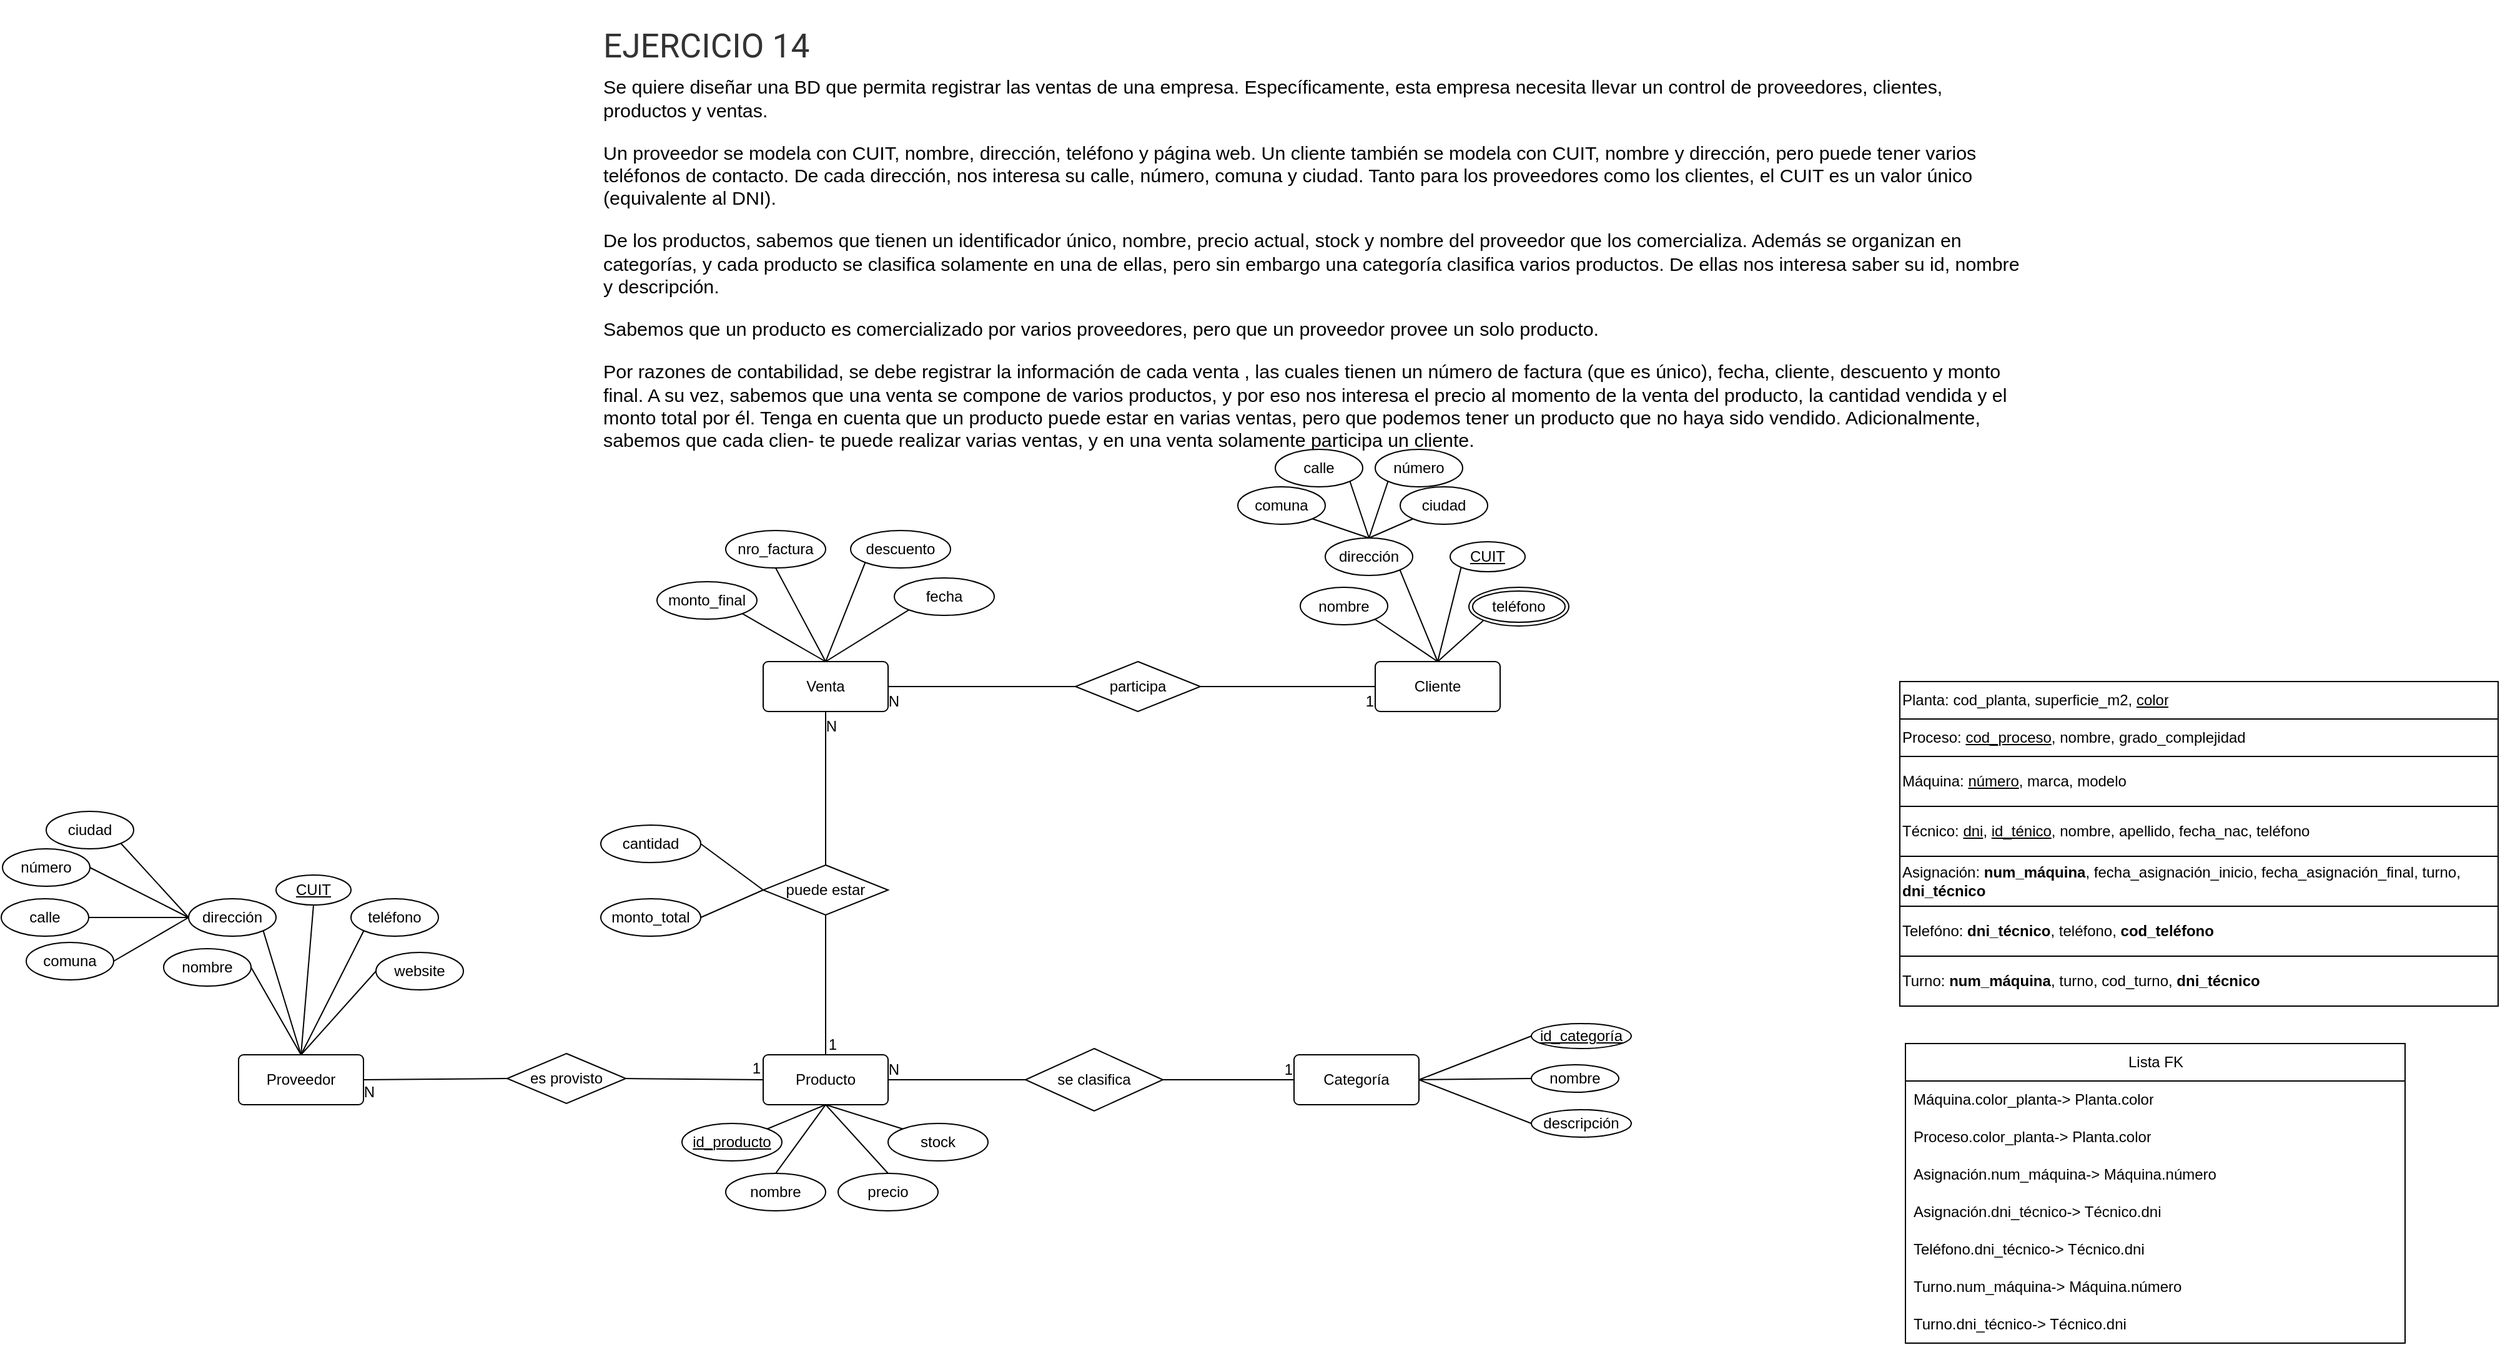
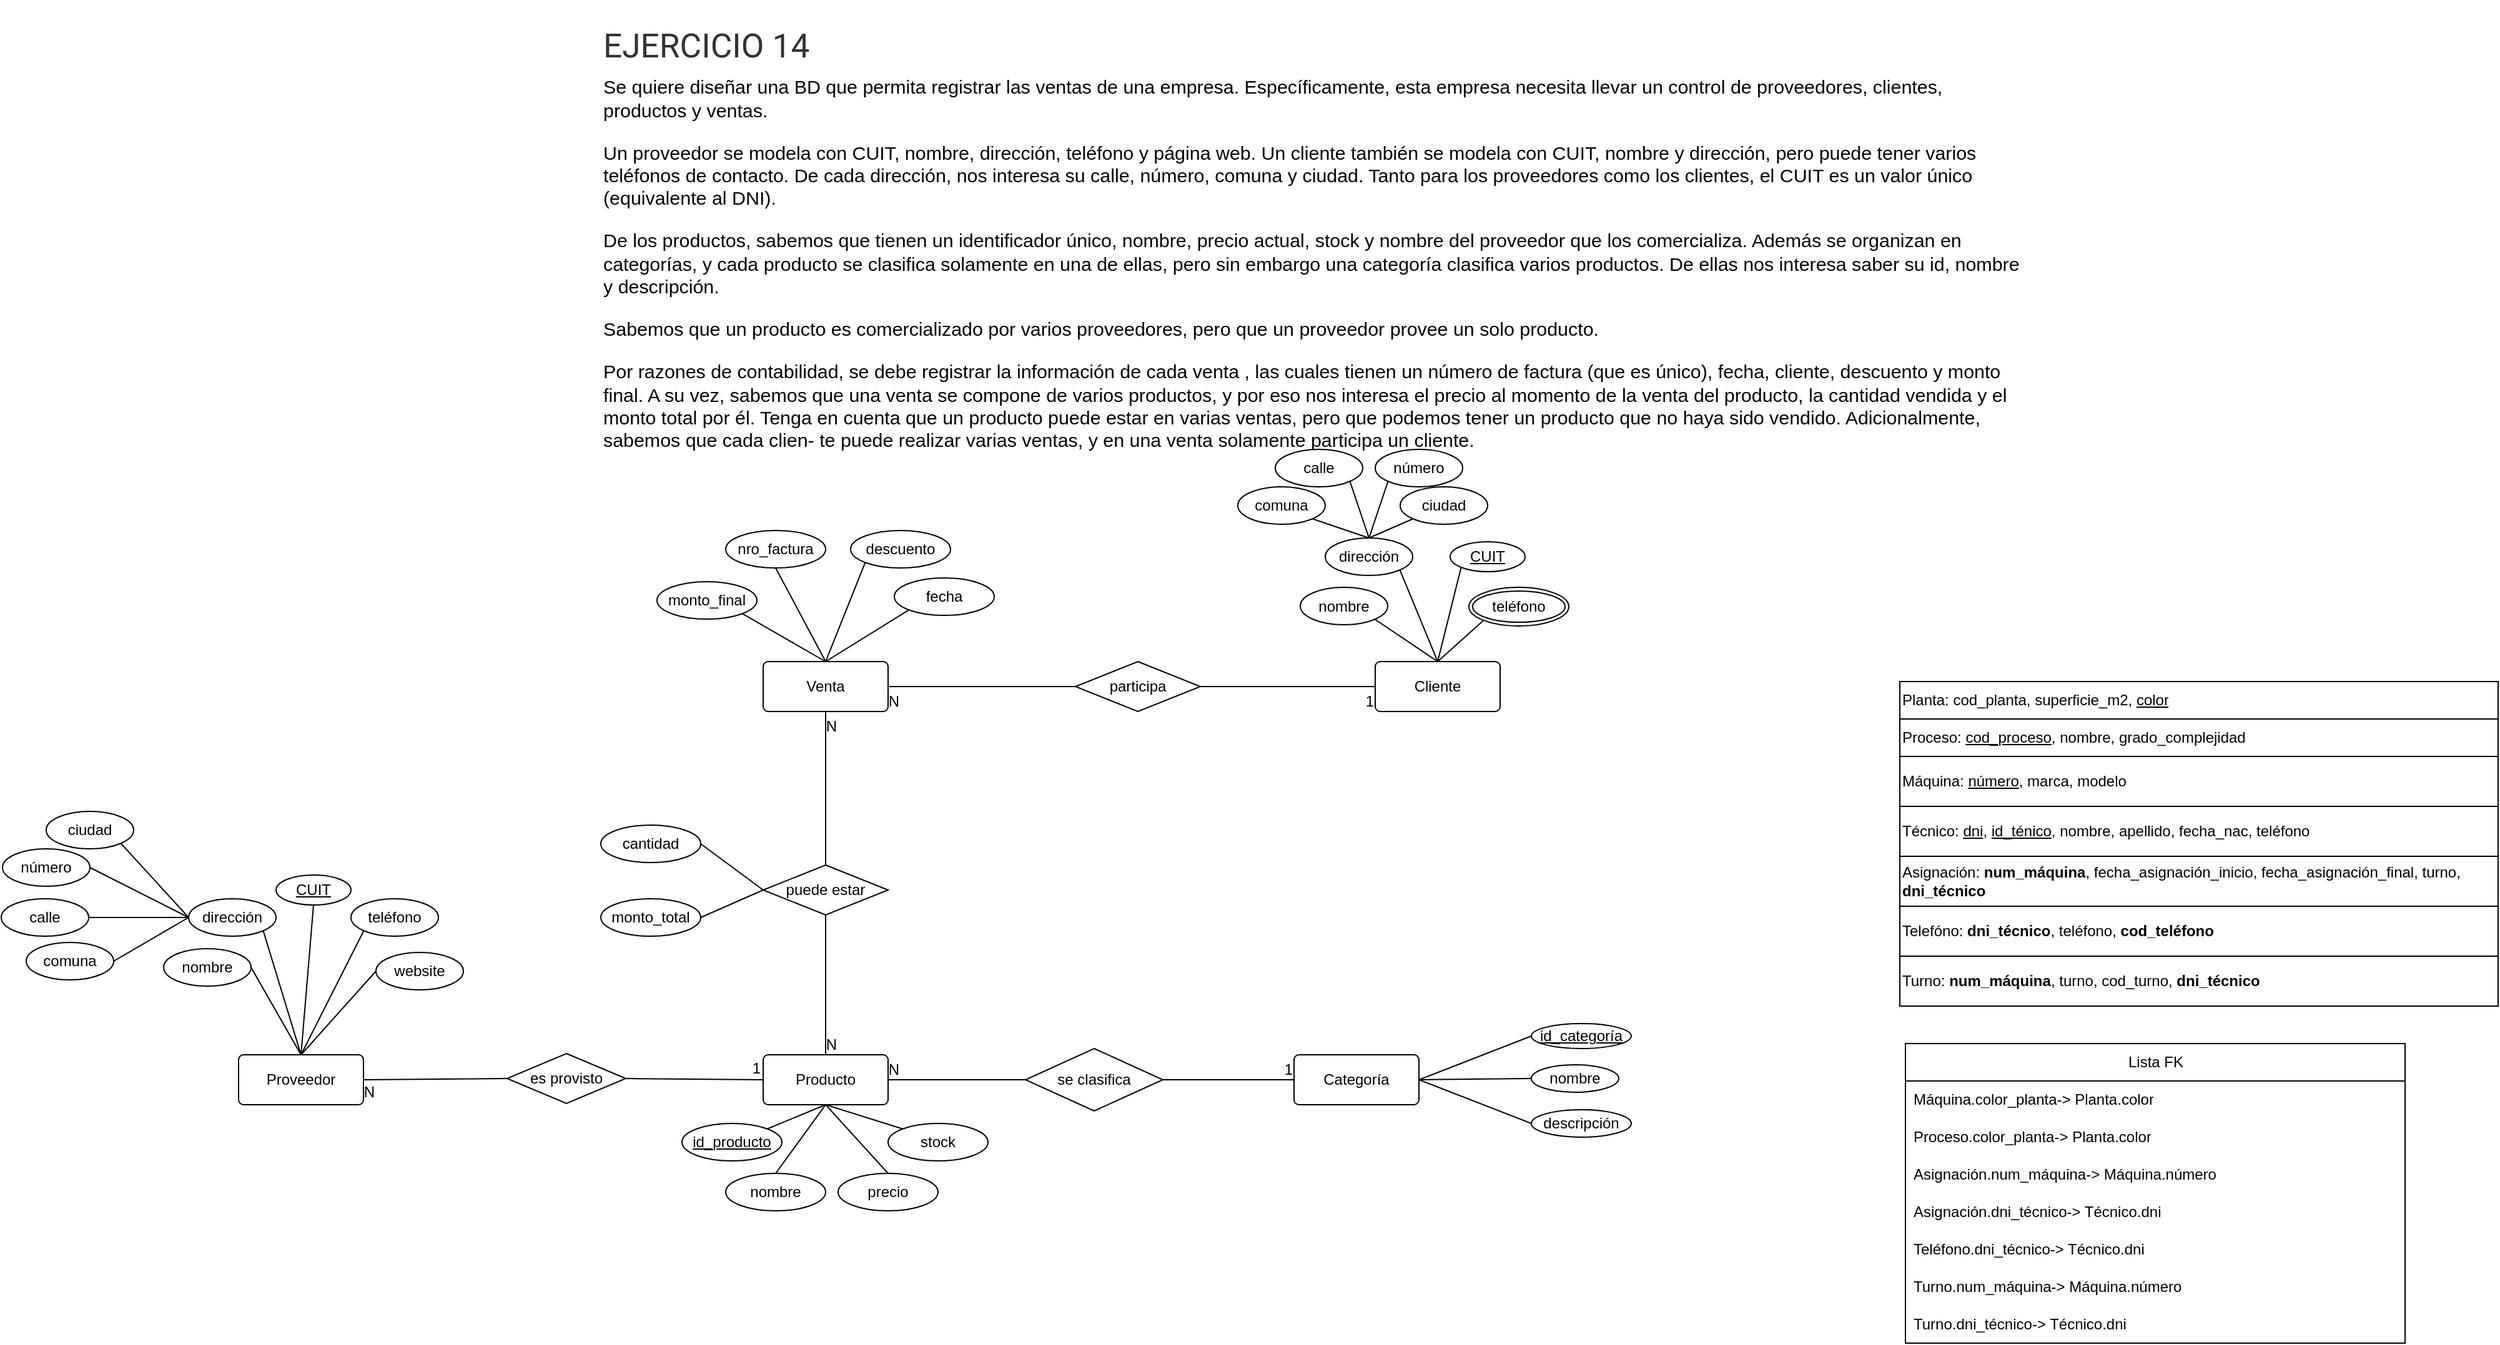
<mxfile host="app.diagrams.net">
  <diagram name="Página-1" id="dDNBranZba3NlD8anCg2">
-     <mxGraphModel dx="2601" dy="1729" grid="1" gridSize="10" guides="1" tooltips="1" connect="1" arrows="1" fold="1" page="1" pageScale="1" pageWidth="1169" pageHeight="827" math="0" shadow="0">
+     <mxGraphModel dx="2621" dy="1729" grid="1" gridSize="10" guides="1" tooltips="1" connect="1" arrows="1" fold="1" page="1" pageScale="1" pageWidth="1169" pageHeight="827" math="0" shadow="0">
      <root>
        <mxCell id="0" />
        <mxCell id="1" parent="0" />
        <mxCell id="__fQeJzKLpHXALts6HS9-1" parent="1" style="text;html=1;whiteSpace=wrap;overflow=hidden;rounded=0;" value="&#xa;&lt;h3 style=&quot;box-sizing: border-box; margin: 0px 0px 0.5rem; padding: 0px; font-weight: 400; line-height: 1.2; color: rgb(51, 51, 51); font-size: 1.6625rem; font-family: Roboto; font-style: normal; font-variant-ligatures: normal; font-variant-caps: normal; letter-spacing: normal; orphans: 2; text-align: start; text-indent: 0px; text-transform: none; widows: 2; word-spacing: 0px; -webkit-text-stroke-width: 0px; white-space: normal; background-color: rgb(255, 255, 255); text-decoration-thickness: initial; text-decoration-style: initial; text-decoration-color: initial;&quot;&gt;EJERCICIO 14&lt;/h3&gt;&lt;p style=&quot;box-sizing: border-box; margin: 0px 0px 1rem; padding: 0px; color: rgb(0, 0, 0); font-family: Barlow, Arial, sans-serif; font-size: 15.2px; font-style: normal; font-variant-ligatures: normal; font-variant-caps: normal; font-weight: 400; letter-spacing: normal; orphans: 2; text-align: start; text-indent: 0px; text-transform: none; widows: 2; word-spacing: 0px; -webkit-text-stroke-width: 0px; white-space: normal; background-color: rgb(255, 255, 255); text-decoration-thickness: initial; text-decoration-style: initial; text-decoration-color: initial;&quot;&gt;&lt;span lang=&quot;ES&quot; style=&quot;box-sizing: border-box; margin: 0px; padding: 0px;&quot;&gt;Se quiere diseñar una BD que permita registrar las ventas de una empresa. Específicamente, esta empresa necesita llevar un control de proveedores, clientes, productos y ventas.&lt;/span&gt;&lt;/p&gt;&lt;p style=&quot;box-sizing: border-box; margin: 0px 0px 1rem; padding: 0px; color: rgb(0, 0, 0); font-family: Barlow, Arial, sans-serif; font-size: 15.2px; font-style: normal; font-variant-ligatures: normal; font-variant-caps: normal; font-weight: 400; letter-spacing: normal; orphans: 2; text-align: start; text-indent: 0px; text-transform: none; widows: 2; word-spacing: 0px; -webkit-text-stroke-width: 0px; white-space: normal; background-color: rgb(255, 255, 255); text-decoration-thickness: initial; text-decoration-style: initial; text-decoration-color: initial;&quot;&gt;&lt;span lang=&quot;ES&quot; style=&quot;box-sizing: border-box; margin: 0px; padding: 0px;&quot;&gt;Un proveedor se modela con CUIT, nombre, dirección, teléfono y página web. Un cliente también se modela con CUIT, nombre y dirección, pero puede tener varios teléfonos de contacto. De cada dirección, nos interesa su calle, número, comuna y ciudad. Tanto para los proveedores como los clientes, el CUIT es un valor único (equivalente al DNI).&lt;/span&gt;&lt;/p&gt;&lt;p style=&quot;box-sizing: border-box; margin: 0px 0px 1rem; padding: 0px; color: rgb(0, 0, 0); font-family: Barlow, Arial, sans-serif; font-size: 15.2px; font-style: normal; font-variant-ligatures: normal; font-variant-caps: normal; font-weight: 400; letter-spacing: normal; orphans: 2; text-align: start; text-indent: 0px; text-transform: none; widows: 2; word-spacing: 0px; -webkit-text-stroke-width: 0px; white-space: normal; background-color: rgb(255, 255, 255); text-decoration-thickness: initial; text-decoration-style: initial; text-decoration-color: initial;&quot;&gt;&lt;span lang=&quot;ES&quot; style=&quot;box-sizing: border-box; margin: 0px; padding: 0px;&quot;&gt;De los productos, sabemos que tienen un identificador único, nombre, precio actual, stock y nombre del proveedor que los comercializa. Además se organizan en categorías, y cada producto se clasifica solamente en una de ellas, pero sin embargo una categoría clasifica varios productos. De ellas nos interesa saber su id, nombre y descripción.&lt;/span&gt;&lt;/p&gt;&lt;p style=&quot;box-sizing: border-box; margin: 0px 0px 1rem; padding: 0px; color: rgb(0, 0, 0); font-family: Barlow, Arial, sans-serif; font-size: 15.2px; font-style: normal; font-variant-ligatures: normal; font-variant-caps: normal; font-weight: 400; letter-spacing: normal; orphans: 2; text-align: start; text-indent: 0px; text-transform: none; widows: 2; word-spacing: 0px; -webkit-text-stroke-width: 0px; white-space: normal; background-color: rgb(255, 255, 255); text-decoration-thickness: initial; text-decoration-style: initial; text-decoration-color: initial;&quot;&gt;&lt;span lang=&quot;ES&quot; style=&quot;box-sizing: border-box; margin: 0px; padding: 0px;&quot;&gt;Sabemos que un producto es comercializado por varios proveedores, pero que un proveedor provee un solo producto.&lt;/span&gt;&lt;/p&gt;&lt;p style=&quot;box-sizing: border-box; margin: 0px 0px 1rem; padding: 0px; color: rgb(0, 0, 0); font-family: Barlow, Arial, sans-serif; font-size: 15.2px; font-style: normal; font-variant-ligatures: normal; font-variant-caps: normal; font-weight: 400; letter-spacing: normal; orphans: 2; text-align: start; text-indent: 0px; text-transform: none; widows: 2; word-spacing: 0px; -webkit-text-stroke-width: 0px; white-space: normal; background-color: rgb(255, 255, 255); text-decoration-thickness: initial; text-decoration-style: initial; text-decoration-color: initial;&quot;&gt;&lt;span lang=&quot;ES&quot; style=&quot;box-sizing: border-box; margin: 0px; padding: 0px;&quot;&gt;Por razones de contabilidad, se debe registrar la información de cada venta , las cuales tienen un número de factura (que es único), fecha, cliente, descuento y monto final. A su vez, sabemos que una venta se compone de varios productos, y por eso nos interesa el precio al momento de la venta del producto, la cantidad vendida y el monto total por él. Tenga en cuenta que un producto puede estar en varias ventas, pero que podemos tener un producto que no haya sido vendido. Adicionalmente, sabemos que cada clien- te puede realizar varias ventas, y en una venta solamente participa un cliente.&lt;/span&gt;&lt;/p&gt;&#xa;&#xa;" vertex="1">
          <mxGeometry height="380" width="1140" x="-550" y="-560" as="geometry" />
        </mxCell>
        <mxCell id="__fQeJzKLpHXALts6HS9-2" parent="1" style="rounded=1;arcSize=10;whiteSpace=wrap;html=1;align=center;" value="Proveedor" vertex="1">
          <mxGeometry height="40" width="100" x="-840" y="285" as="geometry" />
        </mxCell>
        <mxCell id="__fQeJzKLpHXALts6HS9-4" parent="1" style="ellipse;whiteSpace=wrap;html=1;align=center;" value="nombre" vertex="1">
          <mxGeometry height="30" width="70" x="-900" y="200" as="geometry" />
        </mxCell>
        <mxCell id="__fQeJzKLpHXALts6HS9-7" parent="1" style="rounded=1;arcSize=10;whiteSpace=wrap;html=1;align=center;" value="Cliente" vertex="1">
          <mxGeometry height="40" width="100" x="70" y="-30" as="geometry" />
        </mxCell>
        <mxCell id="__fQeJzKLpHXALts6HS9-11" parent="1" style="rounded=1;arcSize=10;whiteSpace=wrap;html=1;align=center;" value="Producto" vertex="1">
          <mxGeometry height="40" width="100" x="-420" y="285" as="geometry" />
        </mxCell>
        <mxCell id="__fQeJzKLpHXALts6HS9-12" parent="1" style="ellipse;whiteSpace=wrap;html=1;align=center;" value="nombre" vertex="1">
          <mxGeometry height="30" width="80" x="-450" y="380" as="geometry" />
        </mxCell>
        <mxCell id="__fQeJzKLpHXALts6HS9-13" parent="1" style="ellipse;whiteSpace=wrap;html=1;align=center;" value="precio" vertex="1">
          <mxGeometry height="30" width="80" x="-360" y="380" as="geometry" />
        </mxCell>
        <mxCell id="__fQeJzKLpHXALts6HS9-15" parent="1" style="ellipse;whiteSpace=wrap;html=1;align=center;fontStyle=4;" value="id_producto" vertex="1">
          <mxGeometry height="30" width="80" x="-485" y="340" as="geometry" />
        </mxCell>
        <mxCell id="__fQeJzKLpHXALts6HS9-16" parent="1" style="rounded=1;arcSize=10;whiteSpace=wrap;html=1;align=center;" value="Categoría" vertex="1">
          <mxGeometry height="40" width="100" x="5" y="285" as="geometry" />
        </mxCell>
        <mxCell id="__fQeJzKLpHXALts6HS9-17" parent="1" style="shape=rhombus;perimeter=rhombusPerimeter;whiteSpace=wrap;html=1;align=center;" value="se clasifica" vertex="1">
          <mxGeometry height="50" width="110" x="-210" y="280" as="geometry" />
        </mxCell>
        <mxCell id="__fQeJzKLpHXALts6HS9-23" parent="1" style="ellipse;whiteSpace=wrap;html=1;align=center;" value="nombre" vertex="1">
          <mxGeometry height="22" width="70" x="195" y="293" as="geometry" />
        </mxCell>
        <mxCell id="__fQeJzKLpHXALts6HS9-27" parent="1" style="ellipse;whiteSpace=wrap;html=1;align=center;fontStyle=4;" value="id_categoría" vertex="1">
          <mxGeometry height="20" width="80" x="195" y="260" as="geometry" />
        </mxCell>
        <mxCell id="__fQeJzKLpHXALts6HS9-28" parent="1" style="shape=rhombus;perimeter=rhombusPerimeter;whiteSpace=wrap;html=1;align=center;" value="puede estar" vertex="1">
          <mxGeometry height="40" width="100" x="-420" y="133" as="geometry" />
        </mxCell>
        <mxCell id="__fQeJzKLpHXALts6HS9-29" parent="1" style="shape=rhombus;perimeter=rhombusPerimeter;whiteSpace=wrap;html=1;align=center;" value="es provisto" vertex="1">
          <mxGeometry height="40" width="95" x="-625" y="284" as="geometry" />
        </mxCell>
        <mxCell id="__fQeJzKLpHXALts6HS9-30" edge="1" parent="1" source="__fQeJzKLpHXALts6HS9-17" style="endArrow=none;html=1;rounded=0;exitX=1;exitY=0.5;exitDx=0;exitDy=0;entryX=0;entryY=0.5;entryDx=0;entryDy=0;" target="__fQeJzKLpHXALts6HS9-16" value="">
          <mxGeometry relative="1" as="geometry">
            <mxPoint x="20" y="40" as="sourcePoint" />
            <mxPoint x="180" y="40" as="targetPoint" />
          </mxGeometry>
        </mxCell>
        <mxCell id="__fQeJzKLpHXALts6HS9-31" connectable="0" parent="__fQeJzKLpHXALts6HS9-30" style="resizable=0;html=1;whiteSpace=wrap;align=right;verticalAlign=bottom;" value="1" vertex="1">
          <mxGeometry relative="1" x="1" as="geometry" />
        </mxCell>
        <mxCell id="__fQeJzKLpHXALts6HS9-34" edge="1" parent="1" source="__fQeJzKLpHXALts6HS9-17" style="endArrow=none;html=1;rounded=0;entryX=1;entryY=0.5;entryDx=0;entryDy=0;exitX=0;exitY=0.5;exitDx=0;exitDy=0;" target="__fQeJzKLpHXALts6HS9-11" value="">
          <mxGeometry relative="1" as="geometry">
            <mxPoint x="20" y="370" as="sourcePoint" />
            <mxPoint x="180" y="370" as="targetPoint" />
          </mxGeometry>
        </mxCell>
        <mxCell id="__fQeJzKLpHXALts6HS9-35" connectable="0" parent="__fQeJzKLpHXALts6HS9-34" style="resizable=0;html=1;whiteSpace=wrap;align=right;verticalAlign=bottom;" value="N" vertex="1">
          <mxGeometry relative="1" x="1" as="geometry">
            <mxPoint x="10" as="offset" />
          </mxGeometry>
        </mxCell>
        <mxCell id="__fQeJzKLpHXALts6HS9-36" edge="1" parent="1" source="__fQeJzKLpHXALts6HS9-11" style="endArrow=none;html=1;rounded=0;exitX=0.5;exitY=1;exitDx=0;exitDy=0;entryX=0.5;entryY=0;entryDx=0;entryDy=0;" target="__fQeJzKLpHXALts6HS9-13" value="">
          <mxGeometry relative="1" as="geometry">
            <mxPoint x="-250" y="530" as="sourcePoint" />
            <mxPoint x="-190" y="570" as="targetPoint" />
          </mxGeometry>
        </mxCell>
        <mxCell id="__fQeJzKLpHXALts6HS9-37" edge="1" parent="1" source="__fQeJzKLpHXALts6HS9-11" style="endArrow=none;html=1;rounded=0;exitX=0.5;exitY=1;exitDx=0;exitDy=0;entryX=1;entryY=0;entryDx=0;entryDy=0;" target="__fQeJzKLpHXALts6HS9-15" value="">
          <mxGeometry relative="1" as="geometry">
            <mxPoint x="-380" y="370" as="sourcePoint" />
            <mxPoint x="-320" y="410" as="targetPoint" />
          </mxGeometry>
        </mxCell>
        <mxCell id="__fQeJzKLpHXALts6HS9-38" edge="1" parent="1" source="__fQeJzKLpHXALts6HS9-11" style="endArrow=none;html=1;rounded=0;exitX=0.5;exitY=1;exitDx=0;exitDy=0;entryX=0.5;entryY=0;entryDx=0;entryDy=0;" target="__fQeJzKLpHXALts6HS9-12" value="">
          <mxGeometry relative="1" as="geometry">
            <mxPoint x="-350" y="380" as="sourcePoint" />
            <mxPoint x="-290" y="420" as="targetPoint" />
          </mxGeometry>
        </mxCell>
        <mxCell id="__fQeJzKLpHXALts6HS9-39" edge="1" parent="1" source="__fQeJzKLpHXALts6HS9-28" style="endArrow=none;html=1;rounded=0;exitX=0.5;exitY=1;exitDx=0;exitDy=0;entryX=0.5;entryY=0;entryDx=0;entryDy=0;" target="__fQeJzKLpHXALts6HS9-11" value="">
          <mxGeometry relative="1" as="geometry">
            <mxPoint x="-210" y="90" as="sourcePoint" />
            <mxPoint x="-590" y="240" as="targetPoint" />
          </mxGeometry>
        </mxCell>
-         <mxCell id="__fQeJzKLpHXALts6HS9-40" connectable="0" parent="__fQeJzKLpHXALts6HS9-39" style="resizable=0;html=1;whiteSpace=wrap;align=right;verticalAlign=bottom;" value="1" vertex="1">
+         <mxCell id="__fQeJzKLpHXALts6HS9-40" connectable="0" parent="__fQeJzKLpHXALts6HS9-39" style="resizable=0;html=1;whiteSpace=wrap;align=right;verticalAlign=bottom;" value="N" vertex="1">
          <mxGeometry relative="1" x="1" as="geometry">
            <mxPoint x="10" as="offset" />
          </mxGeometry>
        </mxCell>
        <mxCell id="__fQeJzKLpHXALts6HS9-41" edge="1" parent="1" source="__fQeJzKLpHXALts6HS9-28" style="endArrow=none;html=1;rounded=0;exitX=0.5;exitY=0;exitDx=0;exitDy=0;entryX=0.5;entryY=1;entryDx=0;entryDy=0;" target="aBGAuLwUvEidJyp7IOy3-49" value="">
          <mxGeometry relative="1" as="geometry">
            <mxPoint x="-370" y="119.99999999999977" as="sourcePoint" />
            <mxPoint x="-370" y="35.00000000000023" as="targetPoint" />
          </mxGeometry>
        </mxCell>
        <mxCell id="__fQeJzKLpHXALts6HS9-42" connectable="0" parent="__fQeJzKLpHXALts6HS9-41" style="resizable=0;html=1;whiteSpace=wrap;align=right;verticalAlign=bottom;" value="N" vertex="1">
          <mxGeometry relative="1" x="1" as="geometry">
            <mxPoint x="10" y="20" as="offset" />
          </mxGeometry>
        </mxCell>
        <mxCell id="__fQeJzKLpHXALts6HS9-46" edge="1" parent="1" source="__fQeJzKLpHXALts6HS9-4" style="endArrow=none;html=1;rounded=0;exitX=1;exitY=0.5;exitDx=0;exitDy=0;entryX=0.5;entryY=0;entryDx=0;entryDy=0;" target="__fQeJzKLpHXALts6HS9-2" value="">
          <mxGeometry relative="1" as="geometry">
            <mxPoint x="-480" y="90" as="sourcePoint" />
            <mxPoint x="-420" y="130" as="targetPoint" />
          </mxGeometry>
        </mxCell>
        <mxCell id="__fQeJzKLpHXALts6HS9-47" edge="1" parent="1" source="aBGAuLwUvEidJyp7IOy3-1" style="endArrow=none;html=1;rounded=0;exitX=1;exitY=1;exitDx=0;exitDy=0;entryX=0.5;entryY=0;entryDx=0;entryDy=0;" target="__fQeJzKLpHXALts6HS9-2" value="">
          <mxGeometry relative="1" as="geometry">
            <mxPoint x="-370.0000000000002" y="10.000000000000227" as="sourcePoint" />
            <mxPoint x="-310" y="100" as="targetPoint" />
          </mxGeometry>
        </mxCell>
        <mxCell id="__fQeJzKLpHXALts6HS9-48" edge="1" parent="1" source="ueE01yVk29oMdbMIV5Yc-25" style="endArrow=none;html=1;rounded=0;entryX=0.5;entryY=0;entryDx=0;entryDy=0;exitX=0.5;exitY=1;exitDx=0;exitDy=0;" target="__fQeJzKLpHXALts6HS9-2" value="">
          <mxGeometry relative="1" as="geometry">
            <mxPoint x="-330" y="16" as="sourcePoint" />
            <mxPoint x="-300" y="120" as="targetPoint" />
          </mxGeometry>
        </mxCell>
        <mxCell id="__fQeJzKLpHXALts6HS9-55" edge="1" parent="1" source="__fQeJzKLpHXALts6HS9-16" style="endArrow=none;html=1;rounded=0;exitX=1;exitY=0.5;exitDx=0;exitDy=0;entryX=0;entryY=0.5;entryDx=0;entryDy=0;" target="__fQeJzKLpHXALts6HS9-23" value="">
          <mxGeometry relative="1" as="geometry">
            <mxPoint x="270" y="330" as="sourcePoint" />
            <mxPoint x="330" y="370" as="targetPoint" />
          </mxGeometry>
        </mxCell>
        <mxCell id="__fQeJzKLpHXALts6HS9-56" edge="1" parent="1" source="__fQeJzKLpHXALts6HS9-16" style="endArrow=none;html=1;rounded=0;exitX=1;exitY=0.5;exitDx=0;exitDy=0;entryX=0;entryY=0.5;entryDx=0;entryDy=0;" target="__fQeJzKLpHXALts6HS9-27" value="">
          <mxGeometry relative="1" as="geometry">
            <mxPoint x="280" y="340" as="sourcePoint" />
            <mxPoint x="340" y="380" as="targetPoint" />
          </mxGeometry>
        </mxCell>
        <mxCell id="__fQeJzKLpHXALts6HS9-57" edge="1" parent="1" source="__fQeJzKLpHXALts6HS9-16" style="endArrow=none;html=1;rounded=0;exitX=1;exitY=0.5;exitDx=0;exitDy=0;entryX=0;entryY=0.5;entryDx=0;entryDy=0;" target="aBGAuLwUvEidJyp7IOy3-38" value="">
          <mxGeometry relative="1" as="geometry">
            <mxPoint x="260" y="360" as="sourcePoint" />
            <mxPoint x="290" y="340" as="targetPoint" />
          </mxGeometry>
        </mxCell>
        <mxCell id="__fQeJzKLpHXALts6HS9-58" edge="1" parent="1" source="__fQeJzKLpHXALts6HS9-29" style="endArrow=none;html=1;rounded=0;exitX=1;exitY=0.5;exitDx=0;exitDy=0;entryX=0;entryY=0.5;entryDx=0;entryDy=0;" target="__fQeJzKLpHXALts6HS9-11" value="">
          <mxGeometry relative="1" as="geometry">
            <mxPoint x="20" y="120" as="sourcePoint" />
            <mxPoint x="180" y="120" as="targetPoint" />
          </mxGeometry>
        </mxCell>
        <mxCell id="__fQeJzKLpHXALts6HS9-59" connectable="0" parent="__fQeJzKLpHXALts6HS9-58" style="resizable=0;html=1;whiteSpace=wrap;align=right;verticalAlign=bottom;" value="1" vertex="1">
          <mxGeometry relative="1" x="1" as="geometry" />
        </mxCell>
        <mxCell id="__fQeJzKLpHXALts6HS9-60" edge="1" parent="1" source="__fQeJzKLpHXALts6HS9-29" style="endArrow=none;html=1;rounded=0;exitX=0;exitY=0.5;exitDx=0;exitDy=0;entryX=1;entryY=0.5;entryDx=0;entryDy=0;" target="__fQeJzKLpHXALts6HS9-2" value="">
          <mxGeometry relative="1" as="geometry">
            <mxPoint x="20" y="120" as="sourcePoint" />
            <mxPoint x="180" y="120" as="targetPoint" />
          </mxGeometry>
        </mxCell>
        <mxCell id="__fQeJzKLpHXALts6HS9-61" connectable="0" parent="__fQeJzKLpHXALts6HS9-60" style="resizable=0;html=1;whiteSpace=wrap;align=right;verticalAlign=bottom;" value="N" vertex="1">
          <mxGeometry relative="1" x="1" as="geometry">
            <mxPoint x="10" y="19" as="offset" />
          </mxGeometry>
        </mxCell>
        <mxCell id="ueE01yVk29oMdbMIV5Yc-1" parent="1" style="swimlane;fontStyle=0;childLayout=stackLayout;horizontal=1;startSize=30;horizontalStack=0;resizeParent=1;resizeParentMax=0;resizeLast=0;collapsible=1;marginBottom=0;whiteSpace=wrap;html=1;" value="Lista FK" vertex="1">
          <mxGeometry height="240" width="400" x="494.5" y="276" as="geometry" />
        </mxCell>
        <mxCell id="ueE01yVk29oMdbMIV5Yc-2" parent="ueE01yVk29oMdbMIV5Yc-1" style="text;strokeColor=none;fillColor=none;align=left;verticalAlign=middle;spacingLeft=4;spacingRight=4;overflow=hidden;points=[[0,0.5],[1,0.5]];portConstraint=eastwest;rotatable=0;whiteSpace=wrap;html=1;" value="Máquina.color_planta-&amp;gt; Planta.color" vertex="1">
          <mxGeometry height="30" width="400" y="30" as="geometry" />
        </mxCell>
        <mxCell id="ueE01yVk29oMdbMIV5Yc-3" parent="ueE01yVk29oMdbMIV5Yc-1" style="text;strokeColor=none;fillColor=none;align=left;verticalAlign=middle;spacingLeft=4;spacingRight=4;overflow=hidden;points=[[0,0.5],[1,0.5]];portConstraint=eastwest;rotatable=0;whiteSpace=wrap;html=1;" value="Proceso.color_planta-&amp;gt; Planta.color" vertex="1">
          <mxGeometry height="30" width="400" y="60" as="geometry" />
        </mxCell>
        <mxCell id="ueE01yVk29oMdbMIV5Yc-4" parent="ueE01yVk29oMdbMIV5Yc-1" style="text;strokeColor=none;fillColor=none;align=left;verticalAlign=middle;spacingLeft=4;spacingRight=4;overflow=hidden;points=[[0,0.5],[1,0.5]];portConstraint=eastwest;rotatable=0;whiteSpace=wrap;html=1;" value="Asignación.num_máquina-&amp;gt; Máquina.número" vertex="1">
          <mxGeometry height="30" width="400" y="90" as="geometry" />
        </mxCell>
        <mxCell id="ueE01yVk29oMdbMIV5Yc-5" parent="ueE01yVk29oMdbMIV5Yc-1" style="text;strokeColor=none;fillColor=none;align=left;verticalAlign=middle;spacingLeft=4;spacingRight=4;overflow=hidden;points=[[0,0.5],[1,0.5]];portConstraint=eastwest;rotatable=0;whiteSpace=wrap;html=1;" value="Asignación.dni_técnico-&amp;gt; Técnico.dni" vertex="1">
          <mxGeometry height="30" width="400" y="120" as="geometry" />
        </mxCell>
        <mxCell id="ueE01yVk29oMdbMIV5Yc-6" parent="ueE01yVk29oMdbMIV5Yc-1" style="text;strokeColor=none;fillColor=none;align=left;verticalAlign=middle;spacingLeft=4;spacingRight=4;overflow=hidden;points=[[0,0.5],[1,0.5]];portConstraint=eastwest;rotatable=0;whiteSpace=wrap;html=1;" value="Teléfono.dni_técnico-&amp;gt; Técnico.dni" vertex="1">
          <mxGeometry height="30" width="400" y="150" as="geometry" />
        </mxCell>
        <mxCell id="ueE01yVk29oMdbMIV5Yc-31" parent="ueE01yVk29oMdbMIV5Yc-1" style="text;strokeColor=none;fillColor=none;align=left;verticalAlign=middle;spacingLeft=4;spacingRight=4;overflow=hidden;points=[[0,0.5],[1,0.5]];portConstraint=eastwest;rotatable=0;whiteSpace=wrap;html=1;" value="Turno.num_máquina-&amp;gt; Máquina.número" vertex="1">
          <mxGeometry height="30" width="400" y="180" as="geometry" />
        </mxCell>
        <mxCell id="ueE01yVk29oMdbMIV5Yc-7" parent="ueE01yVk29oMdbMIV5Yc-1" style="text;strokeColor=none;fillColor=none;align=left;verticalAlign=middle;spacingLeft=4;spacingRight=4;overflow=hidden;points=[[0,0.5],[1,0.5]];portConstraint=eastwest;rotatable=0;whiteSpace=wrap;html=1;" value="Turno.dni_técnico-&amp;gt; Técnico.dni" vertex="1">
          <mxGeometry height="30" width="400" y="210" as="geometry" />
        </mxCell>
        <mxCell id="ueE01yVk29oMdbMIV5Yc-12" parent="1" style="shape=table;startSize=0;container=1;collapsible=0;childLayout=tableLayout;fixedHeader=1;" value="" vertex="1">
          <mxGeometry height="259.9999999999998" width="479" x="490" y="-14" as="geometry" />
        </mxCell>
        <mxCell id="ueE01yVk29oMdbMIV5Yc-13" parent="ueE01yVk29oMdbMIV5Yc-12" style="shape=tableRow;horizontal=0;startSize=0;swimlaneHead=0;swimlaneBody=0;strokeColor=inherit;top=0;left=0;bottom=0;right=0;collapsible=0;dropTarget=0;fillColor=none;points=[[0,0.5],[1,0.5]];portConstraint=eastwest;fixedHeader=1;" value="" vertex="1">
          <mxGeometry height="30" width="479" as="geometry" />
        </mxCell>
        <mxCell id="ueE01yVk29oMdbMIV5Yc-14" parent="ueE01yVk29oMdbMIV5Yc-13" style="shape=partialRectangle;html=1;whiteSpace=wrap;connectable=0;strokeColor=inherit;overflow=hidden;fillColor=none;top=0;left=0;bottom=0;right=0;pointerEvents=1;align=left;" value="&lt;div style=&quot;&quot;&gt;&lt;span style=&quot;background-color: transparent; color: light-dark(rgb(0, 0, 0), rgb(255, 255, 255));&quot;&gt;Planta: cod_planta,&amp;nbsp;&lt;/span&gt;&lt;span style=&quot;background-color: transparent; color: light-dark(rgb(0, 0, 0), rgb(255, 255, 255));&quot;&gt;superficie_m2&lt;/span&gt;&lt;span style=&quot;background-color: transparent; color: light-dark(rgb(0, 0, 0), rgb(255, 255, 255));&quot;&gt;, &lt;u&gt;color&lt;/u&gt;&lt;/span&gt;&lt;/div&gt;" vertex="1">
          <mxGeometry height="30" width="479" as="geometry">
            <mxRectangle height="30" width="479" as="alternateBounds" />
          </mxGeometry>
        </mxCell>
        <mxCell id="ueE01yVk29oMdbMIV5Yc-15" parent="ueE01yVk29oMdbMIV5Yc-12" style="shape=tableRow;horizontal=0;startSize=0;swimlaneHead=0;swimlaneBody=0;strokeColor=inherit;top=0;left=0;bottom=0;right=0;collapsible=0;dropTarget=0;fillColor=none;points=[[0,0.5],[1,0.5]];portConstraint=eastwest;fixedHeader=1;" value="" vertex="1">
          <mxGeometry height="30" width="479" y="30" as="geometry" />
        </mxCell>
        <mxCell id="ueE01yVk29oMdbMIV5Yc-16" parent="ueE01yVk29oMdbMIV5Yc-15" style="shape=partialRectangle;html=1;whiteSpace=wrap;connectable=0;strokeColor=inherit;overflow=hidden;fillColor=none;top=0;left=0;bottom=0;right=0;pointerEvents=1;align=left;" value="Proceso: &lt;u&gt;cod_proceso&lt;/u&gt;, nombre, grado_complejidad" vertex="1">
          <mxGeometry height="30" width="479" as="geometry">
            <mxRectangle height="30" width="479" as="alternateBounds" />
          </mxGeometry>
        </mxCell>
        <mxCell id="ueE01yVk29oMdbMIV5Yc-17" parent="ueE01yVk29oMdbMIV5Yc-12" style="shape=tableRow;horizontal=0;startSize=0;swimlaneHead=0;swimlaneBody=0;strokeColor=inherit;top=0;left=0;bottom=0;right=0;collapsible=0;dropTarget=0;fillColor=none;points=[[0,0.5],[1,0.5]];portConstraint=eastwest;fixedHeader=1;" value="" vertex="1">
          <mxGeometry height="40" width="479" y="60" as="geometry" />
        </mxCell>
        <mxCell id="ueE01yVk29oMdbMIV5Yc-18" parent="ueE01yVk29oMdbMIV5Yc-17" style="shape=partialRectangle;html=1;whiteSpace=wrap;connectable=0;strokeColor=inherit;overflow=hidden;fillColor=none;top=0;left=0;bottom=0;right=0;pointerEvents=1;align=left;" value="Máquina: &lt;u&gt;número&lt;/u&gt;, marca, modelo" vertex="1">
          <mxGeometry height="40" width="479" as="geometry">
            <mxRectangle height="40" width="479" as="alternateBounds" />
          </mxGeometry>
        </mxCell>
        <mxCell id="ueE01yVk29oMdbMIV5Yc-19" parent="ueE01yVk29oMdbMIV5Yc-12" style="shape=tableRow;horizontal=0;startSize=0;swimlaneHead=0;swimlaneBody=0;strokeColor=inherit;top=0;left=0;bottom=0;right=0;collapsible=0;dropTarget=0;fillColor=none;points=[[0,0.5],[1,0.5]];portConstraint=eastwest;fixedHeader=1;" value="" vertex="1">
          <mxGeometry height="40" width="479" y="100" as="geometry" />
        </mxCell>
        <mxCell id="ueE01yVk29oMdbMIV5Yc-20" parent="ueE01yVk29oMdbMIV5Yc-19" style="shape=partialRectangle;html=1;whiteSpace=wrap;connectable=0;strokeColor=inherit;overflow=hidden;fillColor=none;top=0;left=0;bottom=0;right=0;pointerEvents=1;align=left;" value="Técnico: &lt;u&gt;dni&lt;/u&gt;, &lt;u&gt;id_ténico&lt;/u&gt;, nombre, apellido, fecha_nac, teléfono" vertex="1">
          <mxGeometry height="40" width="479" as="geometry">
            <mxRectangle height="40" width="479" as="alternateBounds" />
          </mxGeometry>
        </mxCell>
        <mxCell id="ueE01yVk29oMdbMIV5Yc-23" parent="ueE01yVk29oMdbMIV5Yc-12" style="shape=tableRow;horizontal=0;startSize=0;swimlaneHead=0;swimlaneBody=0;strokeColor=inherit;top=0;left=0;bottom=0;right=0;collapsible=0;dropTarget=0;fillColor=none;points=[[0,0.5],[1,0.5]];portConstraint=eastwest;fixedHeader=1;" vertex="1">
          <mxGeometry height="40" width="479" y="140" as="geometry" />
        </mxCell>
        <mxCell id="ueE01yVk29oMdbMIV5Yc-24" parent="ueE01yVk29oMdbMIV5Yc-23" style="shape=partialRectangle;html=1;whiteSpace=wrap;connectable=0;strokeColor=inherit;overflow=hidden;fillColor=none;top=0;left=0;bottom=0;right=0;pointerEvents=1;align=left;" value="Asignación: &lt;b&gt;num_máquina&lt;/b&gt;, fecha_asignación_inicio, fecha_asignación_final, turno, &lt;b&gt;dni_técnico&amp;nbsp;&lt;/b&gt;" vertex="1">
          <mxGeometry height="40" width="479" as="geometry">
            <mxRectangle height="40" width="479" as="alternateBounds" />
          </mxGeometry>
        </mxCell>
        <mxCell id="ueE01yVk29oMdbMIV5Yc-26" parent="ueE01yVk29oMdbMIV5Yc-12" style="shape=tableRow;horizontal=0;startSize=0;swimlaneHead=0;swimlaneBody=0;strokeColor=inherit;top=0;left=0;bottom=0;right=0;collapsible=0;dropTarget=0;fillColor=none;points=[[0,0.5],[1,0.5]];portConstraint=eastwest;fixedHeader=1;" vertex="1">
          <mxGeometry height="40" width="479" y="180" as="geometry" />
        </mxCell>
        <mxCell id="ueE01yVk29oMdbMIV5Yc-27" parent="ueE01yVk29oMdbMIV5Yc-26" style="shape=partialRectangle;html=1;whiteSpace=wrap;connectable=0;strokeColor=inherit;overflow=hidden;fillColor=none;top=0;left=0;bottom=0;right=0;pointerEvents=1;align=left;" value="Telefóno: &lt;b style=&quot;&quot;&gt;dni_técnico&lt;/b&gt;, teléfono, &lt;b&gt;cod_teléfono&lt;/b&gt;" vertex="1">
          <mxGeometry height="40" width="479" as="geometry">
            <mxRectangle height="40" width="479" as="alternateBounds" />
          </mxGeometry>
        </mxCell>
        <mxCell id="ueE01yVk29oMdbMIV5Yc-29" parent="ueE01yVk29oMdbMIV5Yc-12" style="shape=tableRow;horizontal=0;startSize=0;swimlaneHead=0;swimlaneBody=0;strokeColor=inherit;top=0;left=0;bottom=0;right=0;collapsible=0;dropTarget=0;fillColor=none;points=[[0,0.5],[1,0.5]];portConstraint=eastwest;fixedHeader=1;" vertex="1">
          <mxGeometry height="40" width="479" y="220" as="geometry" />
        </mxCell>
        <mxCell id="ueE01yVk29oMdbMIV5Yc-30" parent="ueE01yVk29oMdbMIV5Yc-29" style="shape=partialRectangle;html=1;whiteSpace=wrap;connectable=0;strokeColor=inherit;overflow=hidden;fillColor=none;top=0;left=0;bottom=0;right=0;pointerEvents=1;align=left;" value="Turno: &lt;b&gt;num_máquina&lt;/b&gt;, turno, cod_turno, &lt;b&gt;dni_técnico&lt;/b&gt;" vertex="1">
          <mxGeometry height="40" width="479" as="geometry">
            <mxRectangle height="40" width="479" as="alternateBounds" />
          </mxGeometry>
        </mxCell>
        <mxCell id="ueE01yVk29oMdbMIV5Yc-25" parent="1" style="ellipse;whiteSpace=wrap;html=1;align=center;fontStyle=4;" value="CUIT" vertex="1">
          <mxGeometry height="24" width="60" x="-810" y="141" as="geometry" />
        </mxCell>
        <mxCell id="aBGAuLwUvEidJyp7IOy3-1" parent="1" style="ellipse;whiteSpace=wrap;html=1;align=center;" value="dirección" vertex="1">
          <mxGeometry height="30" width="70" x="-880" y="160" as="geometry" />
        </mxCell>
        <mxCell id="aBGAuLwUvEidJyp7IOy3-2" parent="1" style="ellipse;whiteSpace=wrap;html=1;align=center;" value="comuna" vertex="1">
          <mxGeometry height="30" width="70" x="-1010" y="195" as="geometry" />
        </mxCell>
        <mxCell id="aBGAuLwUvEidJyp7IOy3-3" parent="1" style="ellipse;whiteSpace=wrap;html=1;align=center;" value="calle" vertex="1">
          <mxGeometry height="30" width="70" x="-1030" y="160" as="geometry" />
        </mxCell>
        <mxCell id="aBGAuLwUvEidJyp7IOy3-4" parent="1" style="ellipse;whiteSpace=wrap;html=1;align=center;" value="número" vertex="1">
          <mxGeometry height="30" width="70" x="-1029" y="120" as="geometry" />
        </mxCell>
        <mxCell id="aBGAuLwUvEidJyp7IOy3-5" parent="1" style="ellipse;whiteSpace=wrap;html=1;align=center;" value="ciudad" vertex="1">
          <mxGeometry height="30" width="70" x="-994" y="90" as="geometry" />
        </mxCell>
        <mxCell id="aBGAuLwUvEidJyp7IOy3-6" parent="1" style="ellipse;whiteSpace=wrap;html=1;align=center;" value="teléfono" vertex="1">
          <mxGeometry height="30" width="70" x="-750" y="160" as="geometry" />
        </mxCell>
        <mxCell id="aBGAuLwUvEidJyp7IOy3-7" parent="1" style="ellipse;whiteSpace=wrap;html=1;align=center;" value="website" vertex="1">
          <mxGeometry height="30" width="70" x="-730" y="203" as="geometry" />
        </mxCell>
        <mxCell id="aBGAuLwUvEidJyp7IOy3-10" edge="1" parent="1" source="__fQeJzKLpHXALts6HS9-2" style="endArrow=none;html=1;rounded=0;exitX=0.5;exitY=0;exitDx=0;exitDy=0;entryX=0;entryY=0.5;entryDx=0;entryDy=0;" target="aBGAuLwUvEidJyp7IOy3-7" value="">
          <mxGeometry relative="1" as="geometry">
            <mxPoint x="-180" y="-10" as="sourcePoint" />
            <mxPoint x="-140" y="34" as="targetPoint" />
          </mxGeometry>
        </mxCell>
        <mxCell id="aBGAuLwUvEidJyp7IOy3-11" edge="1" parent="1" source="__fQeJzKLpHXALts6HS9-2" style="endArrow=none;html=1;rounded=0;exitX=0.5;exitY=0;exitDx=0;exitDy=0;entryX=0;entryY=1;entryDx=0;entryDy=0;" target="aBGAuLwUvEidJyp7IOy3-6" value="">
          <mxGeometry relative="1" as="geometry">
            <mxPoint x="-270" as="sourcePoint" />
            <mxPoint x="-230" y="44" as="targetPoint" />
          </mxGeometry>
        </mxCell>
        <mxCell id="aBGAuLwUvEidJyp7IOy3-12" edge="1" parent="1" source="aBGAuLwUvEidJyp7IOy3-5" style="endArrow=none;html=1;rounded=0;exitX=1;exitY=1;exitDx=0;exitDy=0;entryX=0;entryY=0.5;entryDx=0;entryDy=0;" target="aBGAuLwUvEidJyp7IOy3-1" value="">
          <mxGeometry relative="1" as="geometry">
            <mxPoint x="-670" y="10" as="sourcePoint" />
            <mxPoint x="-630" y="54" as="targetPoint" />
          </mxGeometry>
        </mxCell>
        <mxCell id="aBGAuLwUvEidJyp7IOy3-14" edge="1" parent="1" source="aBGAuLwUvEidJyp7IOy3-1" style="endArrow=none;html=1;rounded=0;exitX=0;exitY=0.5;exitDx=0;exitDy=0;entryX=1;entryY=0.5;entryDx=0;entryDy=0;" target="aBGAuLwUvEidJyp7IOy3-4" value="">
          <mxGeometry relative="1" as="geometry">
            <mxPoint x="-740" y="120" as="sourcePoint" />
            <mxPoint x="-700" y="164" as="targetPoint" />
          </mxGeometry>
        </mxCell>
        <mxCell id="aBGAuLwUvEidJyp7IOy3-15" edge="1" parent="1" source="aBGAuLwUvEidJyp7IOy3-3" style="endArrow=none;html=1;rounded=0;exitX=1;exitY=0.5;exitDx=0;exitDy=0;entryX=0;entryY=0.5;entryDx=0;entryDy=0;" target="aBGAuLwUvEidJyp7IOy3-1" value="">
          <mxGeometry relative="1" as="geometry">
            <mxPoint x="-840" y="120" as="sourcePoint" />
            <mxPoint x="-900" y="190" as="targetPoint" />
          </mxGeometry>
        </mxCell>
        <mxCell id="aBGAuLwUvEidJyp7IOy3-16" edge="1" parent="1" source="aBGAuLwUvEidJyp7IOy3-2" style="endArrow=none;html=1;rounded=0;exitX=1;exitY=0.5;exitDx=0;exitDy=0;entryX=0;entryY=0.5;entryDx=0;entryDy=0;" target="aBGAuLwUvEidJyp7IOy3-1" value="">
          <mxGeometry relative="1" as="geometry">
            <mxPoint x="-940" y="380" as="sourcePoint" />
            <mxPoint x="-900" y="424" as="targetPoint" />
          </mxGeometry>
        </mxCell>
        <mxCell id="aBGAuLwUvEidJyp7IOy3-17" parent="1" style="ellipse;whiteSpace=wrap;html=1;align=center;" value="nombre" vertex="1">
          <mxGeometry height="30" width="70" x="10" y="-89.5" as="geometry" />
        </mxCell>
        <mxCell id="aBGAuLwUvEidJyp7IOy3-18" edge="1" parent="1" source="aBGAuLwUvEidJyp7IOy3-17" style="endArrow=none;html=1;rounded=0;exitX=1;exitY=1;exitDx=0;exitDy=0;entryX=0.5;entryY=0;entryDx=0;entryDy=0;" target="__fQeJzKLpHXALts6HS9-7" value="">
          <mxGeometry relative="1" as="geometry">
            <mxPoint x="55" y="-20" as="sourcePoint" />
            <mxPoint x="165" y="-40" as="targetPoint" />
          </mxGeometry>
        </mxCell>
        <mxCell id="aBGAuLwUvEidJyp7IOy3-19" edge="1" parent="1" source="aBGAuLwUvEidJyp7IOy3-22" style="endArrow=none;html=1;rounded=0;exitX=1;exitY=1;exitDx=0;exitDy=0;entryX=0.5;entryY=0;entryDx=0;entryDy=0;" target="__fQeJzKLpHXALts6HS9-7" value="">
          <mxGeometry relative="1" as="geometry">
            <mxPoint x="164.99999999999977" y="-99.99999999999977" as="sourcePoint" />
            <mxPoint x="165" y="-40" as="targetPoint" />
          </mxGeometry>
        </mxCell>
        <mxCell id="aBGAuLwUvEidJyp7IOy3-20" edge="1" parent="1" source="aBGAuLwUvEidJyp7IOy3-21" style="endArrow=none;html=1;rounded=0;entryX=0.5;entryY=0;entryDx=0;entryDy=0;exitX=0;exitY=1;exitDx=0;exitDy=0;" target="__fQeJzKLpHXALts6HS9-7" value="">
          <mxGeometry relative="1" as="geometry">
            <mxPoint x="205" y="-94" as="sourcePoint" />
            <mxPoint x="165" y="-40" as="targetPoint" />
          </mxGeometry>
        </mxCell>
        <mxCell id="aBGAuLwUvEidJyp7IOy3-21" parent="1" style="ellipse;whiteSpace=wrap;html=1;align=center;fontStyle=4;" value="CUIT" vertex="1">
          <mxGeometry height="24" width="60" x="130" y="-126" as="geometry" />
        </mxCell>
        <mxCell id="aBGAuLwUvEidJyp7IOy3-22" parent="1" style="ellipse;whiteSpace=wrap;html=1;align=center;" value="dirección" vertex="1">
          <mxGeometry height="30" width="70" x="30" y="-129" as="geometry" />
        </mxCell>
        <mxCell id="aBGAuLwUvEidJyp7IOy3-26" edge="1" parent="1" source="__fQeJzKLpHXALts6HS9-7" style="endArrow=none;html=1;rounded=0;exitX=0.5;exitY=0;exitDx=0;exitDy=0;entryX=0;entryY=1;entryDx=0;entryDy=0;" target="aBGAuLwUvEidJyp7IOy3-27" value="">
          <mxGeometry relative="1" as="geometry">
            <mxPoint x="165" y="-40" as="sourcePoint" />
            <mxPoint x="205.251262658438" y="-84.39339828218772" as="targetPoint" />
          </mxGeometry>
        </mxCell>
        <mxCell id="aBGAuLwUvEidJyp7IOy3-27" parent="1" style="ellipse;shape=doubleEllipse;margin=3;whiteSpace=wrap;html=1;align=center;" value="teléfono" vertex="1">
          <mxGeometry height="31" width="80" x="145" y="-89.5" as="geometry" />
        </mxCell>
        <mxCell id="aBGAuLwUvEidJyp7IOy3-30" parent="1" style="ellipse;whiteSpace=wrap;html=1;align=center;" value="comuna" vertex="1">
          <mxGeometry height="30" width="70" x="-40" y="-170" as="geometry" />
        </mxCell>
        <mxCell id="aBGAuLwUvEidJyp7IOy3-31" parent="1" style="ellipse;whiteSpace=wrap;html=1;align=center;" value="calle" vertex="1">
          <mxGeometry height="30" width="70" x="-10" y="-200" as="geometry" />
        </mxCell>
        <mxCell id="aBGAuLwUvEidJyp7IOy3-32" parent="1" style="ellipse;whiteSpace=wrap;html=1;align=center;" value="número" vertex="1">
          <mxGeometry height="30" width="70" x="70" y="-200" as="geometry" />
        </mxCell>
        <mxCell id="aBGAuLwUvEidJyp7IOy3-33" parent="1" style="ellipse;whiteSpace=wrap;html=1;align=center;" value="ciudad" vertex="1">
          <mxGeometry height="30" width="70" x="90" y="-170" as="geometry" />
        </mxCell>
        <mxCell id="aBGAuLwUvEidJyp7IOy3-34" edge="1" parent="1" source="aBGAuLwUvEidJyp7IOy3-33" style="endArrow=none;html=1;rounded=0;exitX=0;exitY=1;exitDx=0;exitDy=0;entryX=0.5;entryY=0;entryDx=0;entryDy=0;" target="aBGAuLwUvEidJyp7IOy3-22" value="">
          <mxGeometry relative="1" as="geometry">
            <mxPoint x="245" y="-375" as="sourcePoint" />
            <mxPoint x="35" y="-210" as="targetPoint" />
          </mxGeometry>
        </mxCell>
        <mxCell id="aBGAuLwUvEidJyp7IOy3-35" edge="1" parent="1" source="aBGAuLwUvEidJyp7IOy3-22" style="endArrow=none;html=1;rounded=0;exitX=0.5;exitY=0;exitDx=0;exitDy=0;entryX=0;entryY=1;entryDx=0;entryDy=0;" target="aBGAuLwUvEidJyp7IOy3-32" value="">
          <mxGeometry relative="1" as="geometry">
            <mxPoint x="35" y="-210" as="sourcePoint" />
            <mxPoint x="215" y="-221" as="targetPoint" />
          </mxGeometry>
        </mxCell>
        <mxCell id="aBGAuLwUvEidJyp7IOy3-36" edge="1" parent="1" source="aBGAuLwUvEidJyp7IOy3-31" style="endArrow=none;html=1;rounded=0;entryX=0.5;entryY=0;entryDx=0;entryDy=0;exitX=1;exitY=1;exitDx=0;exitDy=0;" target="aBGAuLwUvEidJyp7IOy3-22" value="">
          <mxGeometry relative="1" as="geometry">
            <mxPoint y="-195" as="sourcePoint" />
            <mxPoint x="35" y="-210" as="targetPoint" />
          </mxGeometry>
        </mxCell>
        <mxCell id="aBGAuLwUvEidJyp7IOy3-37" edge="1" parent="1" source="aBGAuLwUvEidJyp7IOy3-30" style="endArrow=none;html=1;rounded=0;exitX=1;exitY=1;exitDx=0;exitDy=0;entryX=0.5;entryY=0;entryDx=0;entryDy=0;" target="aBGAuLwUvEidJyp7IOy3-22" value="">
          <mxGeometry relative="1" as="geometry">
            <mxPoint x="-25" y="-5" as="sourcePoint" />
            <mxPoint x="35" y="-210" as="targetPoint" />
          </mxGeometry>
        </mxCell>
        <mxCell id="aBGAuLwUvEidJyp7IOy3-38" parent="1" style="ellipse;whiteSpace=wrap;html=1;align=center;" value="descripción" vertex="1">
          <mxGeometry height="22" width="80" x="195" y="329" as="geometry" />
        </mxCell>
        <mxCell id="aBGAuLwUvEidJyp7IOy3-40" parent="1" style="ellipse;whiteSpace=wrap;html=1;align=center;" value="nro_factura" vertex="1">
          <mxGeometry height="30" width="80" x="-450" y="-135" as="geometry" />
        </mxCell>
        <mxCell id="aBGAuLwUvEidJyp7IOy3-41" parent="1" style="ellipse;whiteSpace=wrap;html=1;align=center;" value="fecha" vertex="1">
          <mxGeometry height="30" width="80" x="-315" y="-97" as="geometry" />
        </mxCell>
        <mxCell id="aBGAuLwUvEidJyp7IOy3-43" parent="1" style="ellipse;whiteSpace=wrap;html=1;align=center;" value="descuento" vertex="1">
          <mxGeometry height="30" width="80" x="-350" y="-135" as="geometry" />
        </mxCell>
        <mxCell id="aBGAuLwUvEidJyp7IOy3-44" parent="1" style="ellipse;whiteSpace=wrap;html=1;align=center;" value="monto_final" vertex="1">
          <mxGeometry height="30" width="80" x="-505" y="-94" as="geometry" />
        </mxCell>
        <mxCell id="aBGAuLwUvEidJyp7IOy3-45" parent="1" style="ellipse;whiteSpace=wrap;html=1;align=center;" value="cantidad" vertex="1">
          <mxGeometry height="30" width="80" x="-550" y="101" as="geometry" />
        </mxCell>
        <mxCell id="aBGAuLwUvEidJyp7IOy3-47" parent="1" style="ellipse;whiteSpace=wrap;html=1;align=center;" value="stock" vertex="1">
          <mxGeometry height="30" width="80" x="-320" y="340" as="geometry" />
        </mxCell>
        <mxCell id="aBGAuLwUvEidJyp7IOy3-48" edge="1" parent="1" source="__fQeJzKLpHXALts6HS9-11" style="endArrow=none;html=1;rounded=0;exitX=0.5;exitY=1;exitDx=0;exitDy=0;entryX=0;entryY=0;entryDx=0;entryDy=0;" target="aBGAuLwUvEidJyp7IOy3-47" value="">
          <mxGeometry relative="1" as="geometry">
            <mxPoint x="-180" y="410" as="sourcePoint" />
            <mxPoint x="-130" y="465" as="targetPoint" />
          </mxGeometry>
        </mxCell>
        <mxCell id="aBGAuLwUvEidJyp7IOy3-49" parent="1" style="rounded=1;arcSize=10;whiteSpace=wrap;html=1;align=center;" value="Venta" vertex="1">
          <mxGeometry height="40" width="100" x="-420" y="-30" as="geometry" />
        </mxCell>
        <mxCell id="aBGAuLwUvEidJyp7IOy3-52" edge="1" parent="1" source="aBGAuLwUvEidJyp7IOy3-44" style="endArrow=none;html=1;rounded=0;exitX=1;exitY=1;exitDx=0;exitDy=0;entryX=0.5;entryY=0;entryDx=0;entryDy=0;" target="aBGAuLwUvEidJyp7IOy3-49" value="">
          <mxGeometry relative="1" as="geometry">
            <mxPoint x="-250" y="60" as="sourcePoint" />
            <mxPoint x="-200" y="84" as="targetPoint" />
          </mxGeometry>
        </mxCell>
        <mxCell id="aBGAuLwUvEidJyp7IOy3-53" edge="1" parent="1" source="aBGAuLwUvEidJyp7IOy3-45" style="endArrow=none;html=1;rounded=0;exitX=1;exitY=0.5;exitDx=0;exitDy=0;entryX=0;entryY=0.5;entryDx=0;entryDy=0;" target="__fQeJzKLpHXALts6HS9-28" value="">
          <mxGeometry relative="1" as="geometry">
            <mxPoint x="-380" y="-50" as="sourcePoint" />
            <mxPoint x="-330" y="-26" as="targetPoint" />
          </mxGeometry>
        </mxCell>
        <mxCell id="aBGAuLwUvEidJyp7IOy3-54" edge="1" parent="1" source="aBGAuLwUvEidJyp7IOy3-43" style="endArrow=none;html=1;rounded=0;exitX=0;exitY=1;exitDx=0;exitDy=0;entryX=0.5;entryY=0;entryDx=0;entryDy=0;" target="aBGAuLwUvEidJyp7IOy3-49" value="">
          <mxGeometry relative="1" as="geometry">
            <mxPoint x="-350" y="-70" as="sourcePoint" />
            <mxPoint x="-300" y="-46" as="targetPoint" />
          </mxGeometry>
        </mxCell>
        <mxCell id="aBGAuLwUvEidJyp7IOy3-55" edge="1" parent="1" source="aBGAuLwUvEidJyp7IOy3-49" style="endArrow=none;html=1;rounded=0;exitX=0.5;exitY=0;exitDx=0;exitDy=0;entryX=0;entryY=1;entryDx=0;entryDy=0;" target="aBGAuLwUvEidJyp7IOy3-41" value="">
          <mxGeometry relative="1" as="geometry">
            <mxPoint x="-340" y="-50" as="sourcePoint" />
            <mxPoint x="-290" y="-26" as="targetPoint" />
          </mxGeometry>
        </mxCell>
        <mxCell id="aBGAuLwUvEidJyp7IOy3-56" edge="1" parent="1" source="aBGAuLwUvEidJyp7IOy3-40" style="endArrow=none;html=1;rounded=0;exitX=0.5;exitY=1;exitDx=0;exitDy=0;entryX=0.5;entryY=0;entryDx=0;entryDy=0;" target="aBGAuLwUvEidJyp7IOy3-49" value="">
          <mxGeometry relative="1" as="geometry">
            <mxPoint x="-250" y="10" as="sourcePoint" />
            <mxPoint x="-200" y="34" as="targetPoint" />
          </mxGeometry>
        </mxCell>
        <mxCell id="aBGAuLwUvEidJyp7IOy3-58" parent="1" style="ellipse;whiteSpace=wrap;html=1;align=center;" value="monto_total" vertex="1">
          <mxGeometry height="30" width="80" x="-550" y="160" as="geometry" />
        </mxCell>
        <mxCell id="aBGAuLwUvEidJyp7IOy3-60" edge="1" parent="1" source="aBGAuLwUvEidJyp7IOy3-58" style="endArrow=none;html=1;rounded=0;exitX=1;exitY=0.5;exitDx=0;exitDy=0;entryX=0;entryY=0.5;entryDx=0;entryDy=0;" target="__fQeJzKLpHXALts6HS9-28" value="">
          <mxGeometry relative="1" as="geometry">
            <mxPoint x="-430" y="200" as="sourcePoint" />
            <mxPoint x="-368" y="226" as="targetPoint" />
          </mxGeometry>
        </mxCell>
        <mxCell id="aBGAuLwUvEidJyp7IOy3-61" parent="1" style="shape=rhombus;perimeter=rhombusPerimeter;whiteSpace=wrap;html=1;align=center;" value="participa" vertex="1">
          <mxGeometry height="40" width="100" x="-170" y="-30" as="geometry" />
        </mxCell>
        <mxCell id="aBGAuLwUvEidJyp7IOy3-62" edge="1" parent="1" source="aBGAuLwUvEidJyp7IOy3-61" style="endArrow=none;html=1;rounded=0;exitX=0;exitY=0.5;exitDx=0;exitDy=0;entryX=1;entryY=0.5;entryDx=0;entryDy=0;" target="aBGAuLwUvEidJyp7IOy3-49" value="">
          <mxGeometry relative="1" as="geometry">
            <mxPoint x="-110" y="243" as="sourcePoint" />
            <mxPoint x="-110" y="120" as="targetPoint" />
          </mxGeometry>
        </mxCell>
        <mxCell id="aBGAuLwUvEidJyp7IOy3-63" connectable="0" parent="aBGAuLwUvEidJyp7IOy3-62" style="resizable=0;html=1;whiteSpace=wrap;align=right;verticalAlign=bottom;" value="N" vertex="1">
          <mxGeometry relative="1" x="1" as="geometry">
            <mxPoint x="10" y="20" as="offset" />
          </mxGeometry>
        </mxCell>
        <mxCell id="aBGAuLwUvEidJyp7IOy3-64" edge="1" parent="1" source="aBGAuLwUvEidJyp7IOy3-61" style="endArrow=none;html=1;rounded=0;exitX=1;exitY=0.5;exitDx=0;exitDy=0;entryX=0;entryY=0.5;entryDx=0;entryDy=0;" target="__fQeJzKLpHXALts6HS9-7" value="">
          <mxGeometry relative="1" as="geometry">
            <mxPoint x="-60" y="203" as="sourcePoint" />
            <mxPoint x="-60" y="80" as="targetPoint" />
          </mxGeometry>
        </mxCell>
        <mxCell id="aBGAuLwUvEidJyp7IOy3-65" connectable="0" parent="aBGAuLwUvEidJyp7IOy3-64" style="resizable=0;html=1;whiteSpace=wrap;align=right;verticalAlign=bottom;" value="1" vertex="1">
          <mxGeometry relative="1" x="1" as="geometry">
            <mxPoint y="20" as="offset" />
          </mxGeometry>
        </mxCell>
      </root>
    </mxGraphModel>
  </diagram>
</mxfile>
